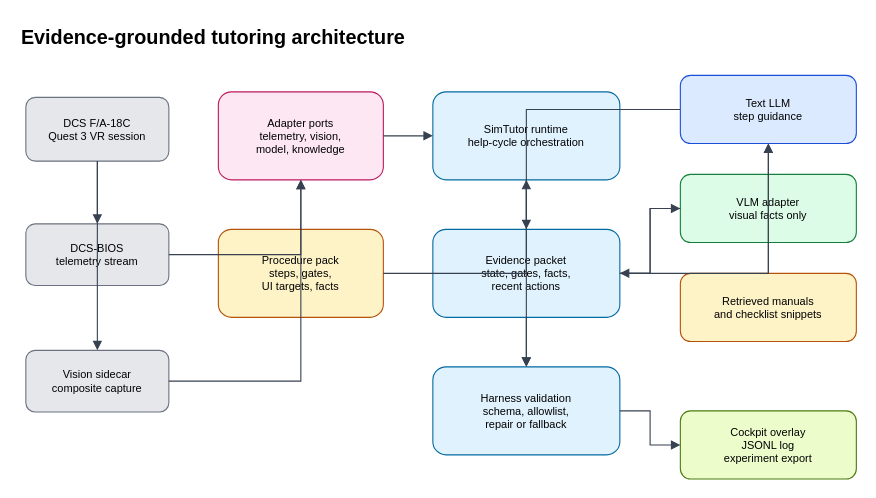
Before: page "3.1 System Architecture" (2 of 9) of paper/figures/drawio/thesis_figures.drawio in ZombiesYard/IEFMMQ, a draw.io diagram. Source tidied: cells renumbered, new cells numbered last; positions are measured from the earlier drawing's top-left corner, leaving out a move shared by most shapes. Both pictures are drawn from the tidied source at 110%, with x=0, y=0 at pixel (19, 19).
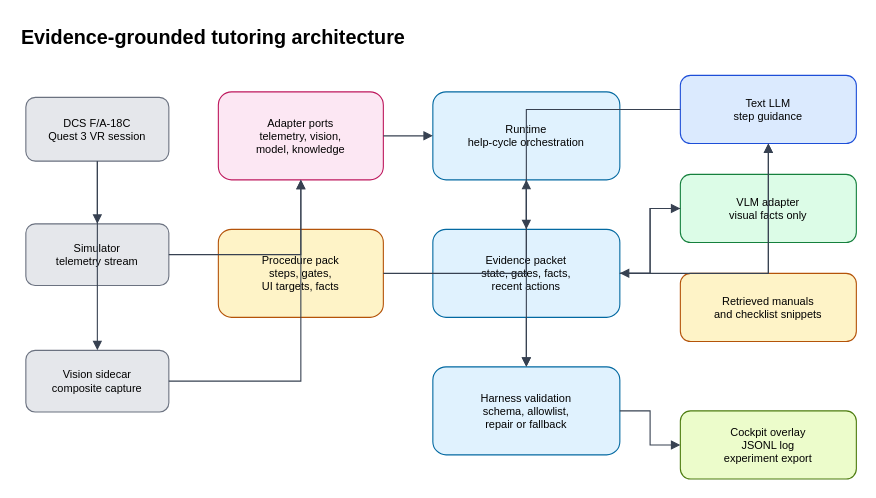
The same diagram, later.

The edit, as a diff of the source:
```diff
@@
-    <mxCell id="4" value="DCS-BIOS&lt;br&gt;telemetry stream" style="rounded=1;whiteSpace=wrap;html=1;fontSize=10;fontFamily=Helvetica;fillColor=#e5e7eb;strokeColor=#6b7280;align=center;verticalAlign=middle;" parent="1" vertex="1">
+    <mxCell id="4" value="Simulator&lt;br&gt;telemetry stream" style="rounded=1;whiteSpace=wrap;html=1;fontSize=10;fontFamily=Helvetica;fillColor=#e5e7eb;strokeColor=#6b7280;align=center;verticalAlign=middle;" parent="1" vertex="1">
       <mxGeometry x="6" y="186" width="130" height="56" as="geometry" />
     </mxCell>
@@
-    <mxCell id="8" value="SimTutor runtime&lt;br&gt;help-cycle orchestration" style="rounded=1;whiteSpace=wrap;html=1;fontSize=10;fontFamily=Helvetica;fillColor=#e0f2fe;strokeColor=#0369a1;align=center;verticalAlign=middle;" parent="1" vertex="1">
+    <mxCell id="8" value="Runtime&lt;br&gt;help-cycle orchestration" style="rounded=1;whiteSpace=wrap;html=1;fontSize=10;fontFamily=Helvetica;fillColor=#e0f2fe;strokeColor=#0369a1;align=center;verticalAlign=middle;" parent="1" vertex="1">
       <mxGeometry x="376" y="66" width="170" height="80" as="geometry" />
     </mxCell>
```
